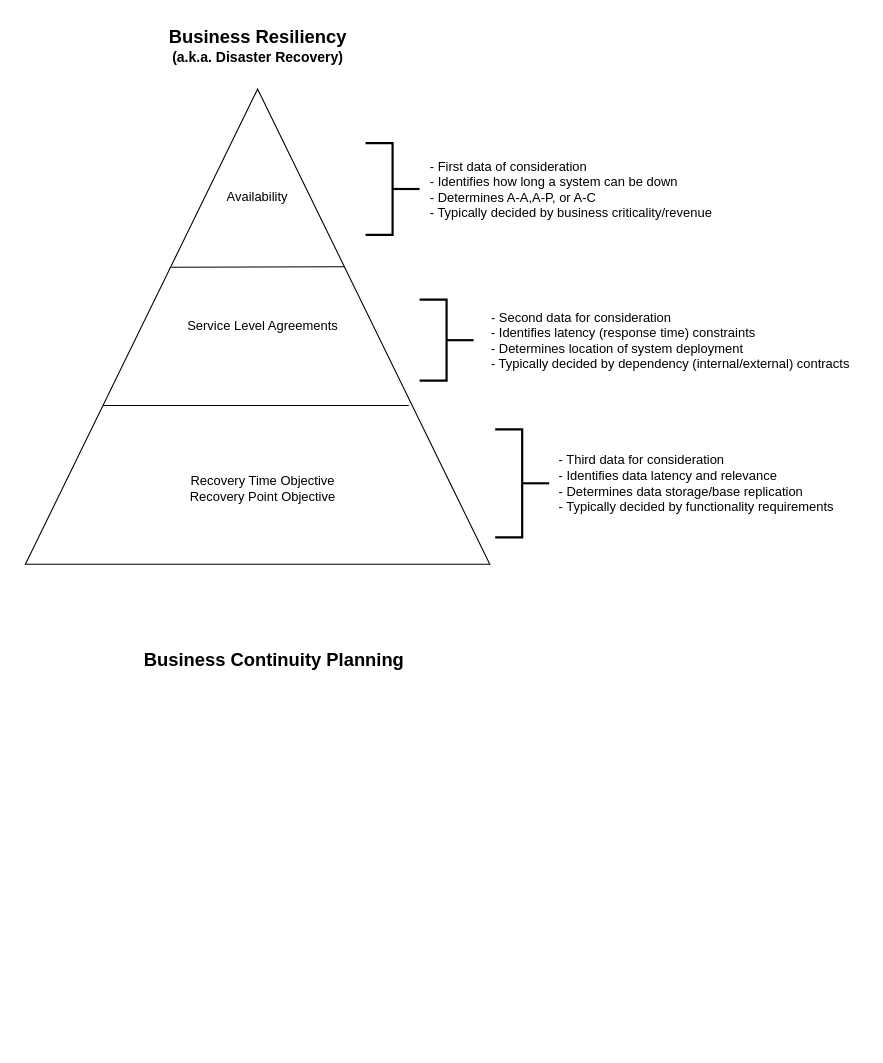
This is page "Resiliency Data" (11 of 11) of disaster-recovery.drawio from bpayt2/temp, a draw.io file, before an edit. Source tidied: cells renumbered, new cells numbered last; positions are measured from the earlier drawing's top-left corner, leaving out a move shared by most shapes. Both pictures are drawn from the tidied source at 108%, with x=0, y=0 at pixel (19, 18).
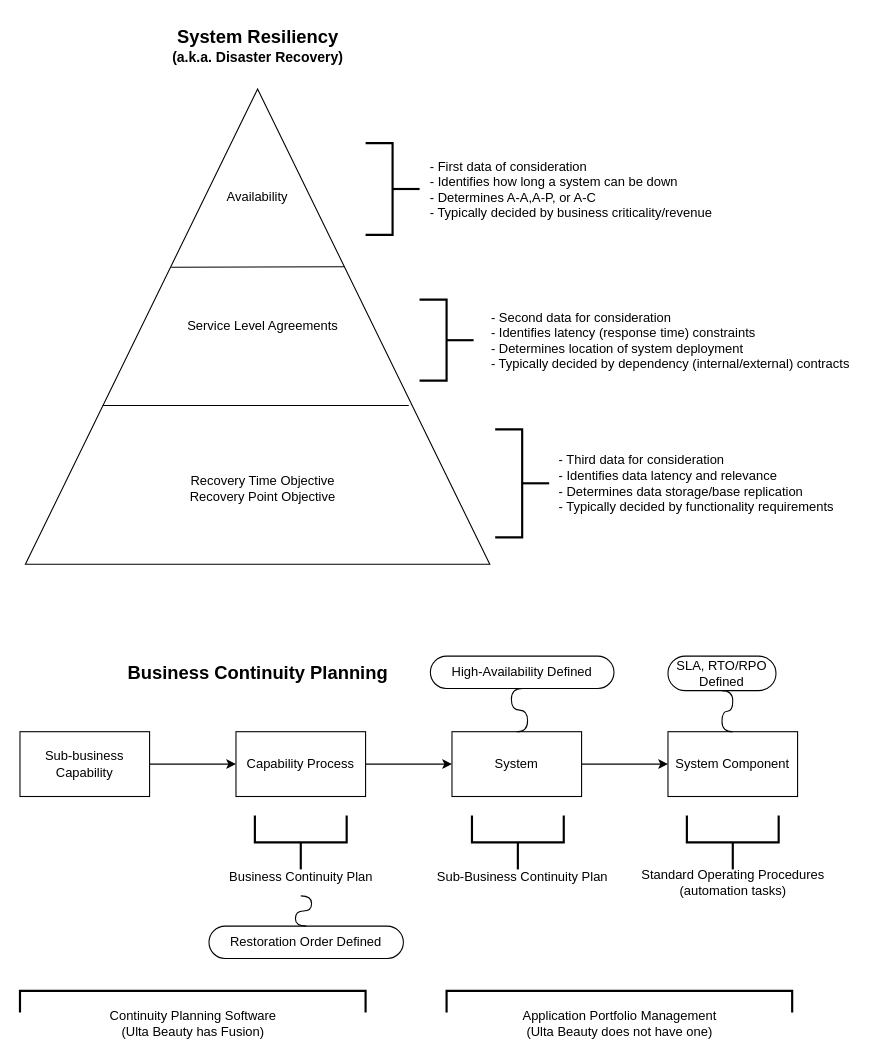
The same page after the edit.

The edit, as a diff of the source:
```diff
@@
-    <mxCell id="14" value="&lt;b style=&quot;&quot;&gt;&lt;span style=&quot;font-size: 17px;&quot;&gt;Business Resiliency&lt;/span&gt;&lt;br&gt;&lt;font style=&quot;font-size: 13px;&quot;&gt;(a.k.a. Disaster Recovery)&lt;/font&gt;&lt;br&gt;&lt;/b&gt;" style="text;html=1;align=center;verticalAlign=middle;strokeColor=none;fillColor=none;" parent="1" vertex="1">
-      <mxGeometry x="125" width="190" height="50" as="geometry" />
+    <mxCell id="14" value="&lt;b style=&quot;&quot;&gt;&lt;span style=&quot;font-size: 17px;&quot;&gt;System Resiliency&lt;/span&gt;&lt;br&gt;&lt;font style=&quot;font-size: 13px;&quot;&gt;(a.k.a. Disaster Recovery)&lt;/font&gt;&lt;br&gt;&lt;/b&gt;" style="text;html=1;align=center;verticalAlign=middle;strokeColor=none;fillColor=none;" parent="1" vertex="1">
+      <mxGeometry x="130" width="180" height="50" as="geometry" />
     </mxCell>
     <mxCell id="15" value="&lt;b style=&quot;&quot;&gt;&lt;span style=&quot;font-size: 17px;&quot;&gt;Business Continuity Planning&lt;/span&gt;&lt;br&gt;&lt;/b&gt;" style="text;html=1;align=center;verticalAlign=middle;strokeColor=none;fillColor=none;" parent="1" vertex="1">
-      <mxGeometry x="105" y="580" width="260" height="30" as="geometry" />
+      <mxGeometry x="90" y="592" width="260" height="30" as="geometry" />
     </mxCell>
+    <mxCell id="16" style="edgeStyle=orthogonalEdgeStyle;rounded=0;jettySize=auto;html=1;exitX=1;exitY=0.5;exitDx=0;exitDy=0;entryX=0;entryY=0.5;entryDx=0;entryDy=0;" parent="1" edge="1" source="17" target="19">
+      <mxGeometry relative="1" as="geometry" />
+    </mxCell>
+    <mxCell id="17" value="Sub-business Capability" style="rounded=0;whiteSpace=wrap;html=1;" parent="1" vertex="1">
+      <mxGeometry y="660" width="120" height="60" as="geometry" />
+    </mxCell>
+    <mxCell id="18" style="edgeStyle=orthogonalEdgeStyle;rounded=0;jettySize=auto;html=1;exitX=1;exitY=0.5;exitDx=0;exitDy=0;entryX=0;entryY=0.5;entryDx=0;entryDy=0;" parent="1" edge="1" source="19" target="21">
+      <mxGeometry relative="1" as="geometry" />
+    </mxCell>
+    <mxCell id="19" value="Capability Process" style="rounded=0;whiteSpace=wrap;html=1;" parent="1" vertex="1">
+      <mxGeometry x="200" y="660" width="120" height="60" as="geometry" />
+    </mxCell>
+    <mxCell id="20" style="edgeStyle=orthogonalEdgeStyle;rounded=0;jettySize=auto;html=1;exitX=1;exitY=0.5;exitDx=0;exitDy=0;entryX=0;entryY=0.5;entryDx=0;entryDy=0;" parent="1" edge="1" source="21" target="22">
+      <mxGeometry relative="1" as="geometry" />
+    </mxCell>
+    <mxCell id="21" value="System" style="rounded=0;whiteSpace=wrap;html=1;" parent="1" vertex="1">
+      <mxGeometry x="400" y="660" width="120" height="60" as="geometry" />
+    </mxCell>
+    <mxCell id="22" value="System Component" style="rounded=0;whiteSpace=wrap;html=1;" parent="1" vertex="1">
+      <mxGeometry x="600" y="660" width="120" height="60" as="geometry" />
+    </mxCell>
+    <mxCell id="23" style="strokeWidth=2;html=1;shape=mxgraph.flowchart.annotation_2;align=left;labelPosition=right;rotation=-90;" parent="1" vertex="1">
+      <mxGeometry x="235" y="720" width="50" height="85" as="geometry" />
+    </mxCell>
+    <mxCell id="24" value="Business Continuity Plan" style="text;html=1;align=center;verticalAlign=middle;points=[];strokeColor=none;fillColor=none;" parent="1" vertex="1">
+      <mxGeometry x="180" y="780" width="160" height="30" as="geometry" />
+    </mxCell>
+    <mxCell id="25" style="strokeWidth=2;html=1;shape=mxgraph.flowchart.annotation_2;align=left;labelPosition=right;rotation=-90;" parent="1" vertex="1">
+      <mxGeometry x="436" y="720" width="50" height="85" as="geometry" />
+    </mxCell>
+    <mxCell id="26" value="Sub-Business Continuity Plan" style="text;html=1;align=center;verticalAlign=middle;strokeColor=none;fillColor=none;" parent="1" vertex="1">
+      <mxGeometry x="375" y="780" width="180" height="30" as="geometry" />
+    </mxCell>
+    <mxCell id="27" value="Standard Operating Procedures&lt;br&gt;(automation tasks)" style="text;html=1;align=center;verticalAlign=middle;strokeColor=none;fillColor=none;" parent="1" vertex="1">
+      <mxGeometry x="565" y="780" width="190" height="40" as="geometry" />
+    </mxCell>
+    <mxCell id="28" style="strokeWidth=2;html=1;shape=mxgraph.flowchart.annotation_2;align=left;labelPosition=right;rotation=-90;" parent="1" vertex="1">
+      <mxGeometry x="635" y="720" width="50" height="85" as="geometry" />
+    </mxCell>
+    <mxCell id="29" value="SLA, RTO/RPO Defined" style="whiteSpace=wrap;html=1;rounded=1;arcSize=50;align=center;verticalAlign=middle;strokeWidth=1;spacing=4;newEdgeStyle={&quot;edgeStyle&quot;:&quot;entityRelationEdgeStyle&quot;,&quot;startArrow&quot;:&quot;none&quot;,&quot;endArrow&quot;:&quot;none&quot;,&quot;segment&quot;:10,&quot;curved&quot;:1,&quot;sourcePerimeterSpacing&quot;:0,&quot;targetPerimeterSpacing&quot;:0};" parent="1" vertex="1">
+      <mxGeometry x="600" y="590" width="100" height="32" as="geometry" />
+    </mxCell>
+    <mxCell id="30" style="edgeStyle=entityRelationEdgeStyle;startArrow=none;endArrow=none;segment=10;curved=1;sourcePerimeterSpacing=0;targetPerimeterSpacing=0;rounded=0;exitX=0.5;exitY=0;exitDx=0;exitDy=0;entryX=0.5;entryY=1;entryDx=0;entryDy=0;" parent="1" edge="1" source="22" target="29">
+      <mxGeometry relative="1" as="geometry" />
+    </mxCell>
+    <mxCell id="31" style="edgeStyle=entityRelationEdgeStyle;rounded=0;jettySize=auto;html=1;startArrow=none;endArrow=none;segment=10;curved=1;sourcePerimeterSpacing=0;targetPerimeterSpacing=0;exitX=0.5;exitY=1;exitDx=0;exitDy=0;entryX=0.5;entryY=0;entryDx=0;entryDy=0;" parent="1" edge="1" source="32" target="21">
+      <mxGeometry relative="1" as="geometry" />
+    </mxCell>
+    <mxCell id="32" value="High-Availability Defined" style="whiteSpace=wrap;html=1;rounded=1;arcSize=50;align=center;verticalAlign=middle;strokeWidth=1;spacing=4;newEdgeStyle={&quot;edgeStyle&quot;:&quot;entityRelationEdgeStyle&quot;,&quot;startArrow&quot;:&quot;none&quot;,&quot;endArrow&quot;:&quot;none&quot;,&quot;segment&quot;:10,&quot;curved&quot;:1,&quot;sourcePerimeterSpacing&quot;:0,&quot;targetPerimeterSpacing&quot;:0};" parent="1" vertex="1">
+      <mxGeometry x="380" y="590" width="170" height="30" as="geometry" />
+    </mxCell>
+    <mxCell id="33" value="Restoration Order Defined" style="whiteSpace=wrap;html=1;rounded=1;arcSize=50;align=center;verticalAlign=middle;strokeWidth=1;spacing=4;newEdgeStyle={&quot;edgeStyle&quot;:&quot;entityRelationEdgeStyle&quot;,&quot;startArrow&quot;:&quot;none&quot;,&quot;endArrow&quot;:&quot;none&quot;,&quot;segment&quot;:10,&quot;curved&quot;:1,&quot;sourcePerimeterSpacing&quot;:0,&quot;targetPerimeterSpacing&quot;:0};" parent="1" vertex="1">
+      <mxGeometry x="175" y="840" width="180" height="30" as="geometry" />
+    </mxCell>
+    <mxCell id="34" style="edgeStyle=entityRelationEdgeStyle;rounded=0;jettySize=auto;html=1;startArrow=none;endArrow=none;segment=10;curved=1;sourcePerimeterSpacing=0;targetPerimeterSpacing=0;exitX=0.5;exitY=0;exitDx=0;exitDy=0;entryX=0.5;entryY=1.067;entryDx=0;entryDy=0;entryPerimeter=0;" parent="1" edge="1" source="33" target="24">
+      <mxGeometry relative="1" as="geometry" />
+    </mxCell>
+    <mxCell id="35" style="strokeWidth=2;html=1;shape=mxgraph.flowchart.annotation_1;align=left;rotation=90;" parent="1" vertex="1">
+      <mxGeometry x="150" y="750" width="20" height="320" as="geometry" />
+    </mxCell>
+    <mxCell id="36" value="Continuity Planning Software&lt;br&gt;(Ulta Beauty has Fusion)" style="text;html=1;align=center;verticalAlign=middle;strokeColor=none;fillColor=none;" parent="1" vertex="1">
+      <mxGeometry x="70" y="910" width="180" height="40" as="geometry" />
+    </mxCell>
+    <mxCell id="37" style="strokeWidth=2;html=1;shape=mxgraph.flowchart.annotation_1;align=left;rotation=90;" parent="1" vertex="1">
+      <mxGeometry x="545" y="750" width="20" height="320" as="geometry" />
+    </mxCell>
+    <mxCell id="38" value="Application Portfolio Management&lt;br&gt;(Ulta Beauty does not have one)" style="text;html=1;align=center;verticalAlign=middle;strokeColor=none;fillColor=none;" parent="1" vertex="1">
+      <mxGeometry x="455" y="910" width="200" height="40" as="geometry" />
+    </mxCell>
```
